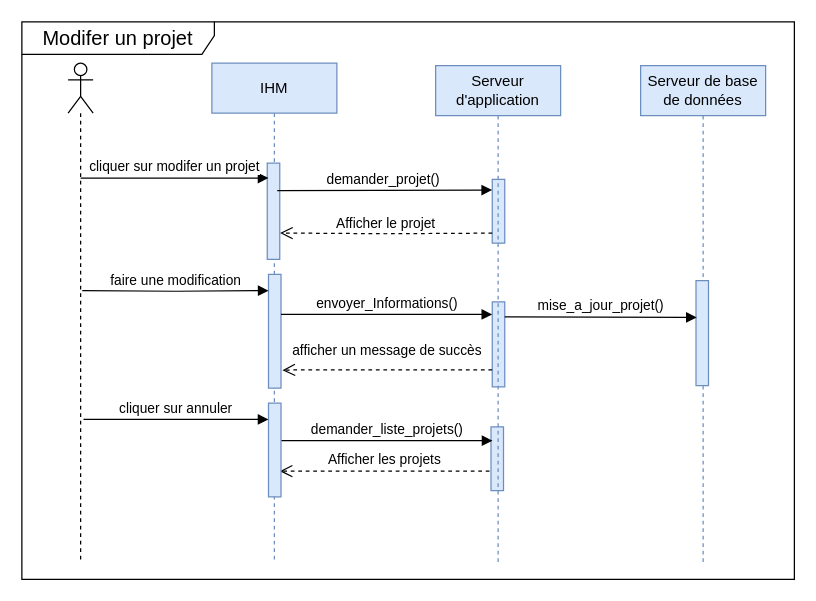
This is ModierProjet_DiagrammeSequence.drawio from ZidiMedAmine/UML, a draw.io file, before an edit. Source tidied: cells renumbered, new cells numbered last; positions are measured from the earlier drawing's top-left corner, leaving out a move shared by most shapes. Both pictures are drawn from the tidied source at 125%, with x=0, y=0 at pixel (21, 21).
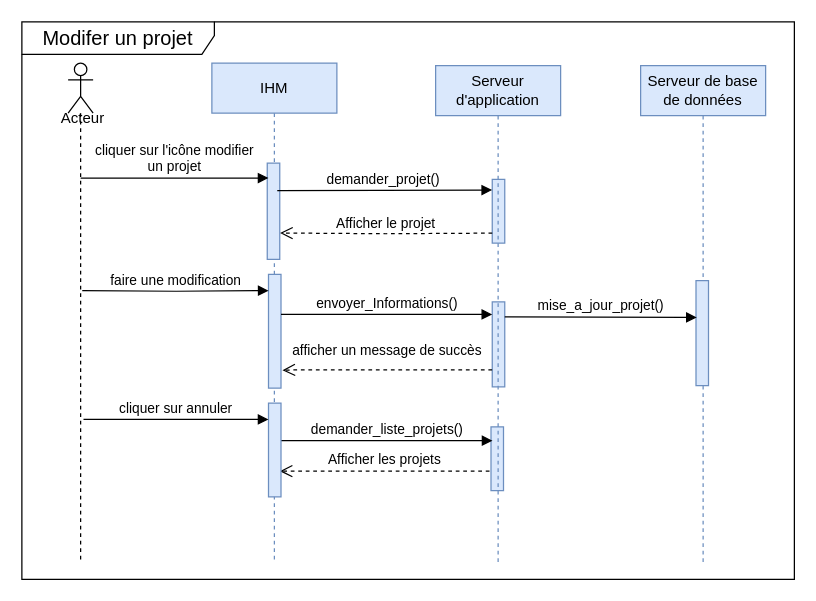
The same diagram, later.

The change refers to these unchanged cells:
```xml
<mxCell id="5" value="Serveur de base de données" style="shape=umlLifeline;perimeter=lifelinePerimeter;whiteSpace=wrap;html=1;fillColor=#dae8fc;strokeColor=#6c8ebf;" parent="1" vertex="1">
  <mxGeometry x="495" y="35" width="100" height="400" as="geometry" />
</mxCell>
```

Change to the diagram source:
```diff
@@
-    <mxCell id="7" value="cliquer sur modifer un projet" style="html=1;verticalAlign=bottom;endArrow=block;entryX=-0.001;entryY=0.167;rounded=0;edgeStyle=orthogonalEdgeStyle;entryDx=0;entryDy=0;entryPerimeter=0;" parent="5" edge="1">
+    <mxCell id="7" value="cliquer sur l'icône modifier &lt;br&gt;un projet" style="html=1;verticalAlign=bottom;endArrow=block;entryX=-0.001;entryY=0.167;rounded=0;edgeStyle=orthogonalEdgeStyle;entryDx=0;entryDy=0;entryPerimeter=0;" parent="5" edge="1">
       <mxGeometry relative="1" as="geometry">
         <mxPoint x="-448" y="90" as="sourcePoint" />
         <mxPoint x="-297.7" y="89.9" as="targetPoint" />
         <Array as="points">
           <mxPoint x="-415.7" y="90" />
           <mxPoint x="-415.7" y="90" />
         </Array>
       </mxGeometry>
     </mxCell>
@@
+    <mxCell id="24" value="Acteur" style="text;html=1;strokeColor=none;fillColor=none;align=center;verticalAlign=middle;whiteSpace=wrap;rounded=0;" parent="1" vertex="1">
+      <mxGeometry x="19" y="62" width="60" height="30" as="geometry" />
+    </mxCell>
```
